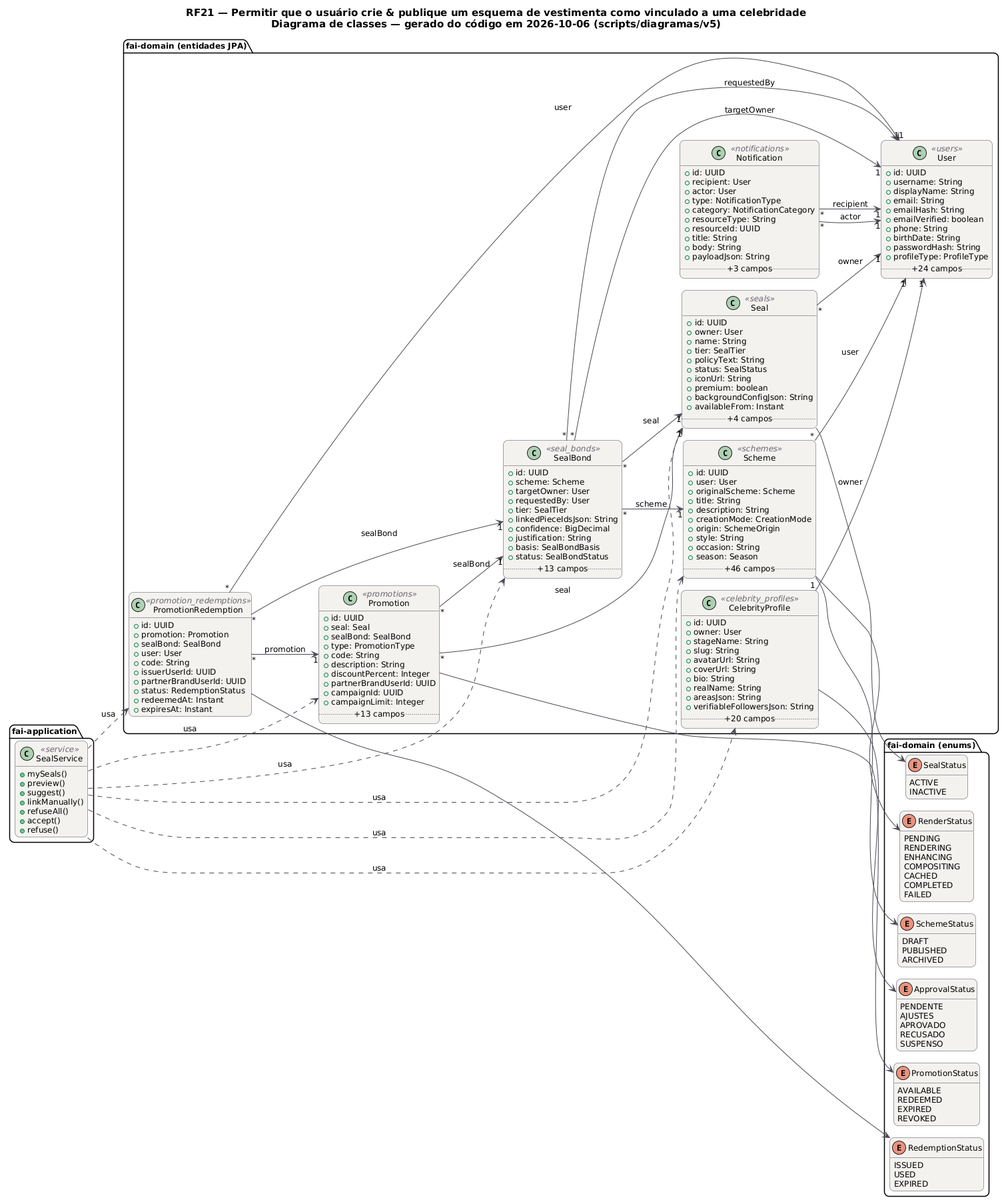
The PlantUML diagram docs/diagramas/RF21/RF21_Classes.png in MatheusHaliski/tcc-2026-fashion-ai-backend, before a commit.
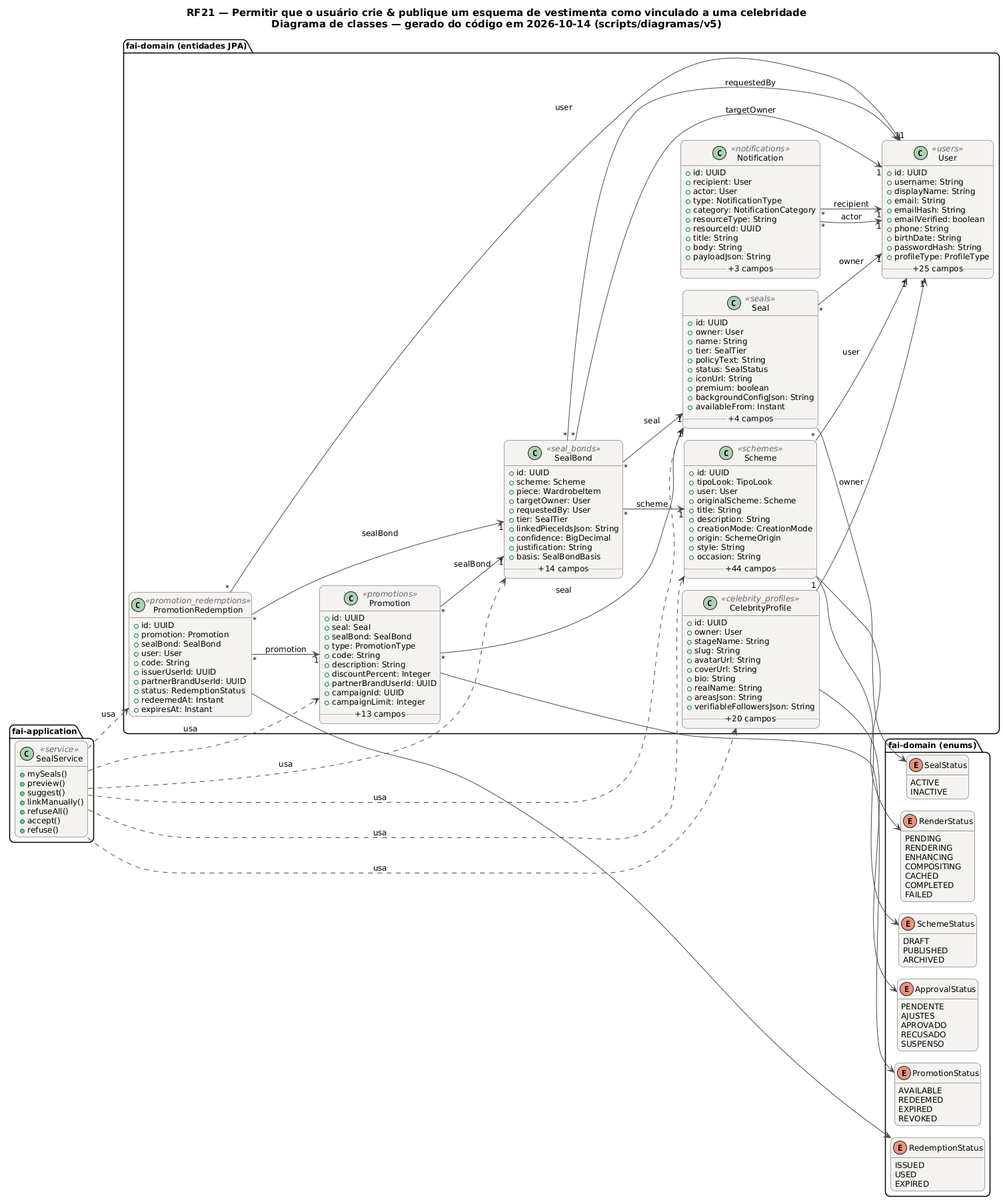
After the commit.

The edit, as a diff of the source:
```diff
@@ -20,7 +20,7 @@
 }
 hide empty members
 left to right direction
-title RF21 — Permitir que o usuário crie & publique um esquema de vestimenta como vinculado a uma celebridade\nDiagrama de classes — gerado do código em 2026-10-06 (scripts/diagramas/v5)
+title RF21 — Permitir que o usuário crie & publique um esquema de vestimenta como vinculado a uma celebridade\nDiagrama de classes — gerado do código em 2026-10-14 (scripts/diagramas/v5)
 
 package "fai-domain (entidades JPA)" {
   class CelebrityProfile <<celebrity_profiles>> {
@@ -76,6 +76,7 @@
   }
   class Scheme <<schemes>> {
     +id: UUID
+    +tipoLook: TipoLook
     +user: User
     +originalScheme: Scheme
     +title: String
@@ -84,8 +85,7 @@
     +origin: SchemeOrigin
     +style: String
     +occasion: String
-    +season: Season
-    .. +46 campos ..
+    .. +44 campos ..
   }
   class Seal <<seals>> {
     +id: UUID
@@ -103,6 +103,7 @@
   class SealBond <<seal_bonds>> {
     +id: UUID
     +scheme: Scheme
+    +piece: WardrobeItem
     +targetOwner: User
     +requestedBy: User
     +tier: SealTier
@@ -110,8 +111,7 @@
     +confidence: BigDecimal
     +justification: String
     +basis: SealBondBasis
-    +status: SealBondStatus
-    .. +13 campos ..
+    .. +14 campos ..
   }
   class User <<users>> {
     +id: UUID
@@ -124,7 +124,7 @@
     +birthDate: String
     +passwordHash: String
     +profileType: ProfileType
-    .. +24 campos ..
+    .. +25 campos ..
   }
 }
 package "fai-domain (enums)" {
```
